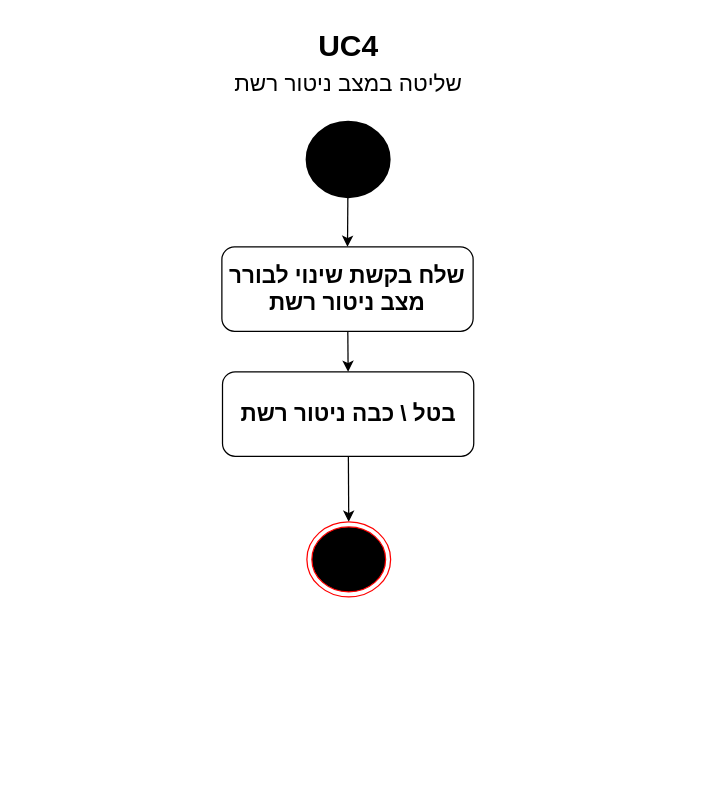
Earlier version of the draw.io diagram docs/diagrams/IDS_AD/UC4_AD.drawio (NatiG7/simple_intrusion_handling_system). Source tidied: cells renumbered, new cells numbered last; positions are measured from the earlier drawing's top-left corner, leaving out a move shared by most shapes. Both pictures are drawn from the tidied source at 125%, with x=0, y=0 at pixel (221, 21).
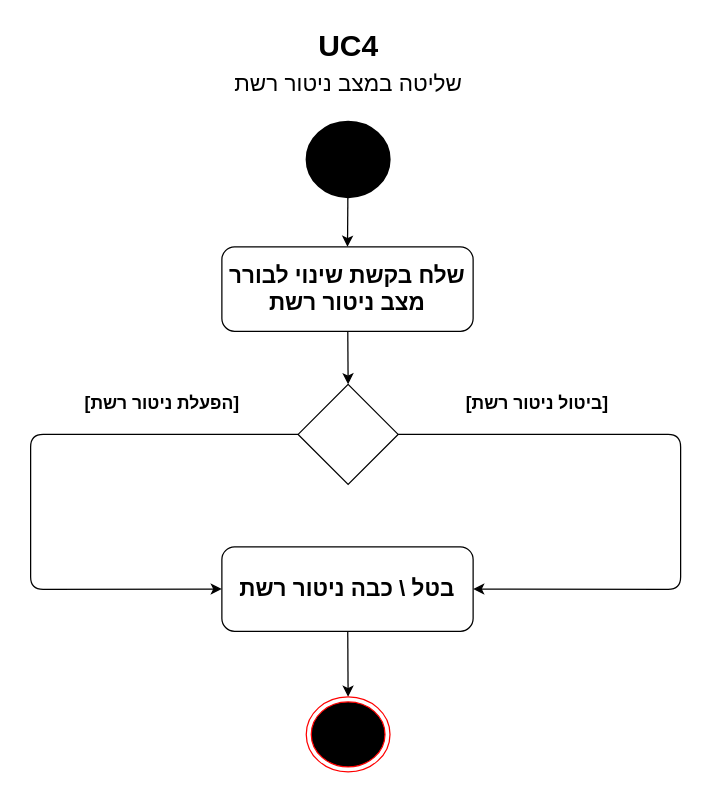
Above is the later version.

Change to the diagram source:
```diff
@@
 <mxGraphModel>
   <root>
     <mxCell id="0" />
     <mxCell id="1" parent="0" />
     <mxCell id="2" value="&lt;font style=&quot;font-size: 24px;&quot;&gt;UC4&lt;/font&gt;" style="text;html=1;align=center;verticalAlign=middle;strokeColor=none;fillColor=none;fontStyle=1;" parent="1" vertex="1">
       <mxGeometry x="66" width="70" height="40" as="geometry" />
     </mxCell>
     <mxCell id="3" value="&lt;font style=&quot;font-size: 18px;&quot;&gt;שליטה במצב ניטור רשת&lt;/font&gt;" style="text;html=1;align=center;verticalAlign=middle;strokeColor=none;fillColor=none;" parent="1" vertex="1">
       <mxGeometry x="6" y="30" width="190" height="40" as="geometry" />
     </mxCell>
     <mxCell id="4" style="edgeStyle=none;html=1;entryX=0.5;entryY=0;entryDx=0;entryDy=0;" parent="1" edge="1" source="5" target="7">
       <mxGeometry relative="1" as="geometry" />
     </mxCell>
     <mxCell id="5" style="strokeWidth=2;html=1;shape=mxgraph.flowchart.start_2;whiteSpace=wrap;fontStyle=1;fillColor=#000000;" parent="1" vertex="1">
       <mxGeometry x="68" y="80" width="66" height="60" as="geometry" />
     </mxCell>
-    <mxCell id="6" style="edgeStyle=none;html=1;entryX=0.5;entryY=0;entryDx=0;entryDy=0;" parent="1" edge="1" source="7" target="9">
-      <mxGeometry relative="1" as="geometry" />
-    </mxCell>
+    <mxCell id="11" style="edgeStyle=none;html=1;entryX=0.5;entryY=0;entryDx=0;entryDy=0;" parent="1" edge="1" source="7" target="14">
+      <mxGeometry relative="1" as="geometry" />
+    </mxCell>
     <mxCell id="7" value="&lt;font style=&quot;font-size: 18px;&quot;&gt;&lt;b&gt;שלח בקשת שינוי לבורר מצב ניטור רשת&lt;/b&gt;&lt;/font&gt;" style="rounded=1;whiteSpace=wrap;html=1;" parent="1" vertex="1">
       <mxGeometry y="180" width="201" height="67.5" as="geometry" />
     </mxCell>
     <mxCell id="8" style="edgeStyle=none;html=1;" parent="1" edge="1" source="9" target="10">
       <mxGeometry relative="1" as="geometry" />
     </mxCell>
     <mxCell id="9" value="&lt;font style=&quot;font-size: 18px;&quot;&gt;&lt;b&gt;בטל \ כבה ניטור רשת&lt;/b&gt;&lt;/font&gt;" style="rounded=1;whiteSpace=wrap;html=1;" parent="1" vertex="1">
-      <mxGeometry x="0.5" y="280" width="201" height="67.5" as="geometry" />
+      <mxGeometry y="420" width="201" height="67.5" as="geometry" />
     </mxCell>
     <mxCell id="10" style="ellipse;html=1;shape=endState;fillColor=#000000;strokeColor=#ff0000;" parent="1" vertex="1">
-      <mxGeometry x="68" y="400" width="67" height="60" as="geometry" />
+      <mxGeometry x="67.5" y="540" width="67" height="60" as="geometry" />
     </mxCell>
+    <mxCell id="12" style="edgeStyle=none;html=1;entryX=1;entryY=0.5;entryDx=0;entryDy=0;" parent="1" edge="1" source="14" target="9">
+      <mxGeometry relative="1" as="geometry">
+        <Array as="points">
+          <mxPoint x="367" y="330" />
+          <mxPoint x="367" y="390" />
+          <mxPoint x="367" y="454" />
+        </Array>
+      </mxGeometry>
+    </mxCell>
+    <mxCell id="13" style="edgeStyle=none;html=1;entryX=0;entryY=0.5;entryDx=0;entryDy=0;" parent="1" edge="1" source="14" target="9">
+      <mxGeometry relative="1" as="geometry">
+        <Array as="points">
+          <mxPoint x="-153" y="330" />
+          <mxPoint x="-153" y="454" />
+        </Array>
+      </mxGeometry>
+    </mxCell>
+    <mxCell id="14" style="rhombus;whiteSpace=wrap;html=1;" parent="1" vertex="1">
+      <mxGeometry x="61" y="290" width="80" height="80" as="geometry" />
+    </mxCell>
+    <mxCell id="15" value="&lt;b&gt;&lt;font style=&quot;font-size: 14px;&quot;&gt;[ביטול ניטור רשת]&lt;/font&gt;&lt;/b&gt;" style="text;html=1;align=center;verticalAlign=middle;strokeColor=none;fillColor=none;" parent="1" vertex="1">
+      <mxGeometry x="187" y="290" width="130" height="30" as="geometry" />
+    </mxCell>
+    <mxCell id="16" value="&lt;b&gt;&lt;font style=&quot;font-size: 14px;&quot;&gt;[הפעלת ניטור רשת]&lt;/font&gt;&lt;/b&gt;" style="text;html=1;align=center;verticalAlign=middle;strokeColor=none;fillColor=none;" parent="1" vertex="1">
+      <mxGeometry x="-118" y="290" width="140" height="30" as="geometry" />
+    </mxCell>
   </root>
 </mxGraphModel>
```
